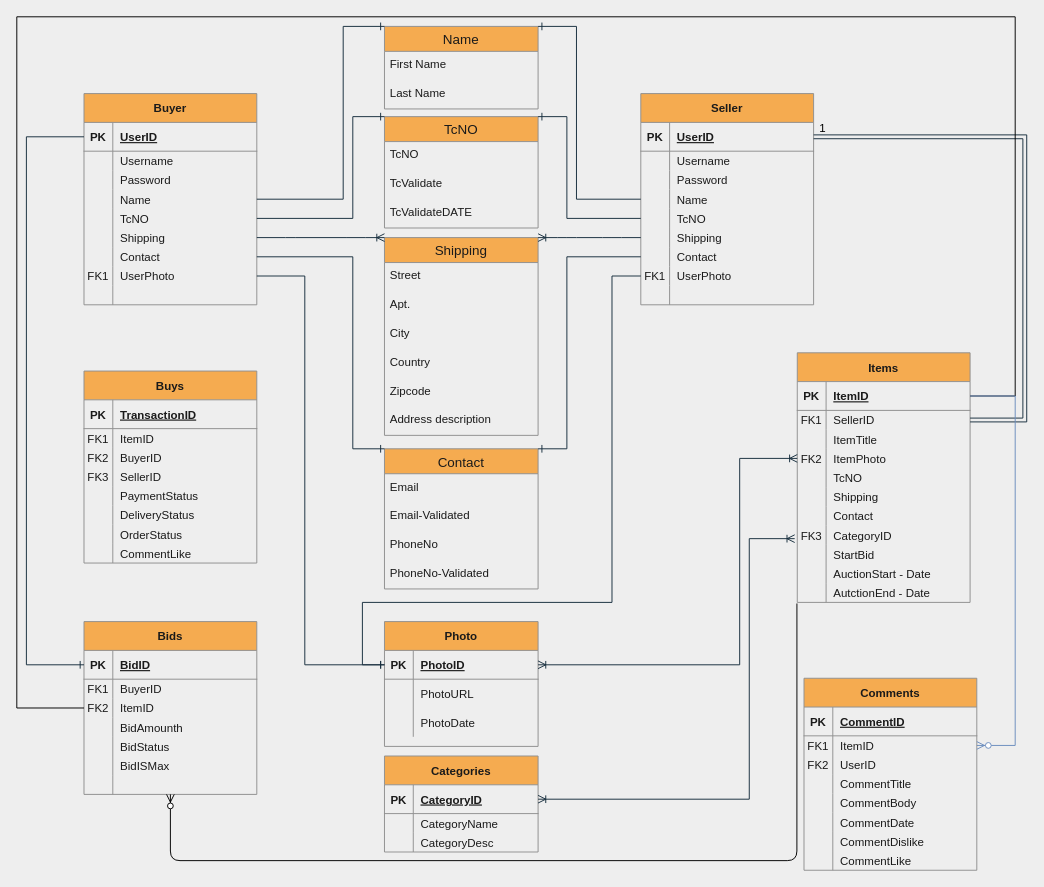
The draw.io diagram Untitled Diagram.drawio in humbldump/HumblDump, before the edit. Source tidied: cells renumbered, new cells numbered last; positions are measured from the earlier drawing's top-left corner, leaving out a move shared by most shapes. Both pictures are drawn from the tidied source at 96%, with x=0, y=0 at pixel (16, 16).
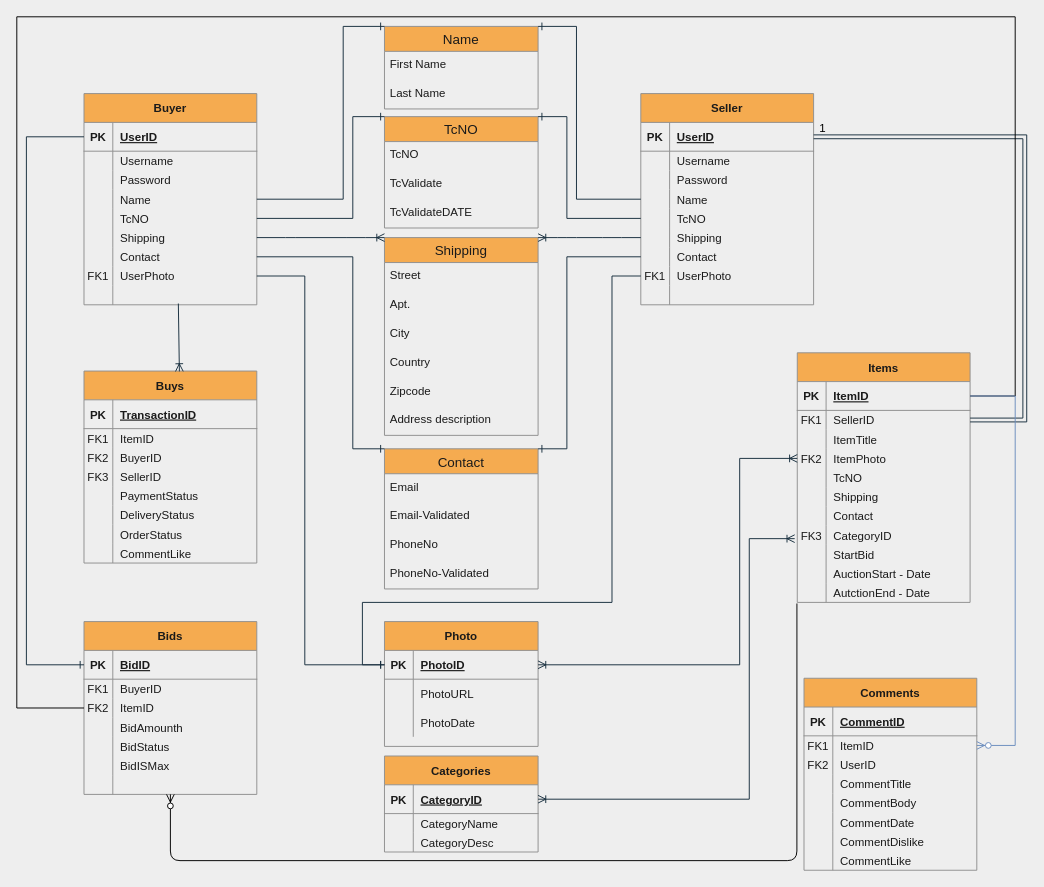
The same diagram, later.

The change refers to these unchanged cells:
```xml
<mxCell id="135" style="shape=partialRectangle;fillColor=none;top=0;left=0;bottom=0;right=0;points=[[0,0.5],[1,0.5]];portConstraint=eastwest;strokeColor=#909090;fontColor=#1A1A1A;" parent="110" vertex="1">
  <mxGeometry y="200" width="180" height="20" as="geometry" />
</mxCell>
<mxCell id="196" value="Buys" style="shape=table;startSize=30;childLayout=tableLayout;rowLines=0;fontStyle=1;align=center;fillColor=#F5AB50;strokeColor=#909090;fontColor=#1A1A1A;" parent="1" vertex="1">
  <mxGeometry x="70" y="369" width="180" height="200" as="geometry" />
</mxCell>
```

What changed in the source:
```diff
@@
+    <mxCell id="221" style="fontSize=12;html=1;endArrow=ERoneToMany;entryX=0.552;entryY=0.002;entryDx=0;entryDy=0;strokeColor=#182E3E;fontColor=#1A1A1A;labelBackgroundColor=#EEEEEE;exitX=0.546;exitY=0.934;exitDx=0;exitDy=0;exitPerimeter=0;entryPerimeter=0;" parent="1" edge="1" source="135" target="196">
+      <mxGeometry relative="1" as="geometry" />
+    </mxCell>
```
